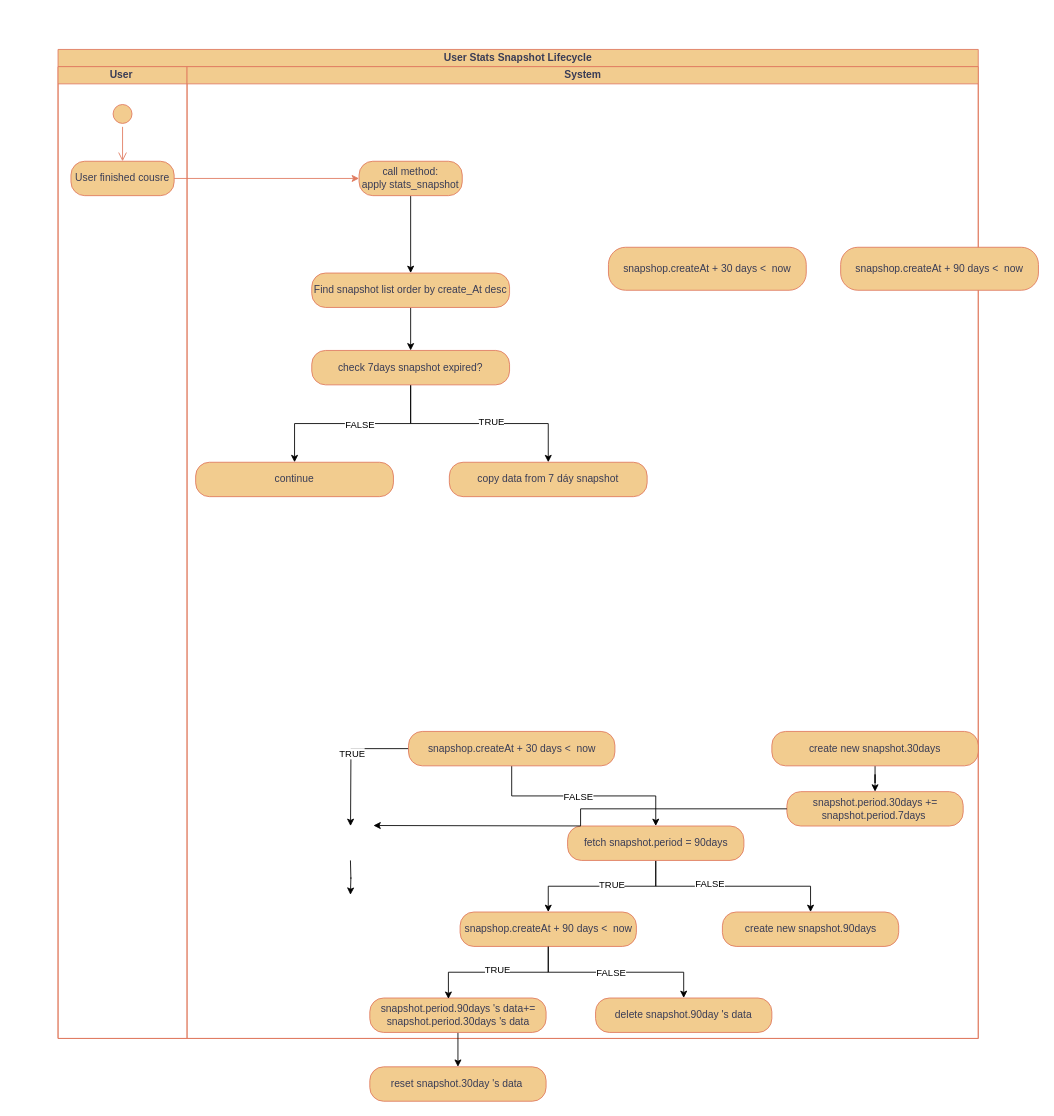
This is diagram/ActivityDiagram.drawio from NhatBunnn/Bunary-Backend, a draw.io file, before an edit. Source tidied: cells renumbered, new cells numbered last; positions are measured from the earlier drawing's top-left corner, leaving out a move shared by most shapes. Both pictures are drawn from the tidied source at 86%, with x=0, y=0 at pixel (58, 49).
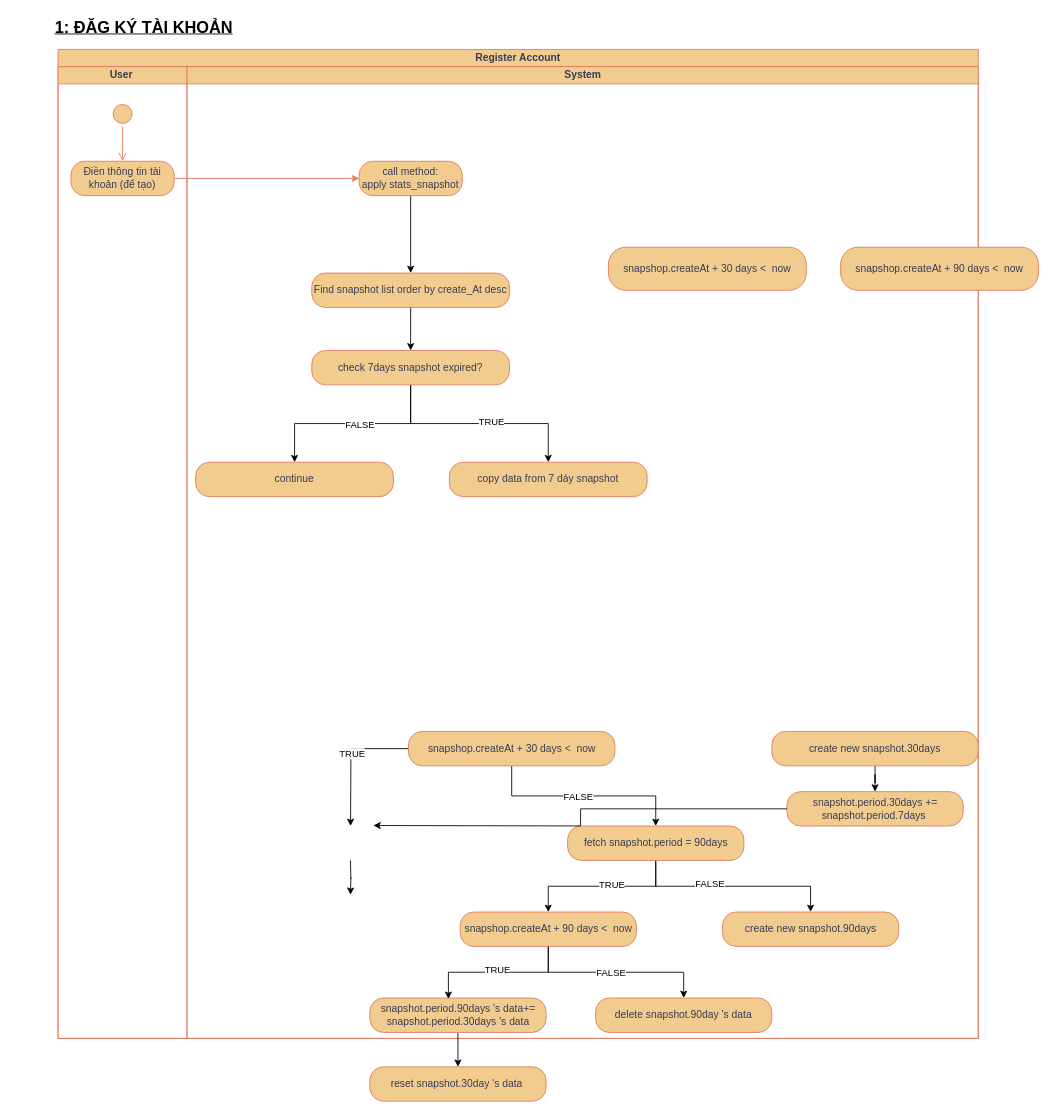
Above is the later version.

Unchanged cells that the change refers to:
```xml
<mxCell id="3" value="User&amp;nbsp;" style="swimlane;html=1;startSize=20;labelBackgroundColor=none;fillColor=#F2CC8F;strokeColor=#E07A5F;fontColor=#393C56;" parent="2" vertex="1">
  <mxGeometry y="20" width="150" height="1130" as="geometry" />
</mxCell>
```

Change to the diagram source:
```diff
@@
-    <mxCell id="2" value="User Stats Snapshot Lifecycle" style="swimlane;html=1;startSize=20;whiteSpace=wrap;labelBackgroundColor=none;fillColor=#F2CC8F;strokeColor=#E07A5F;fontColor=#393C56;" parent="1" vertex="1">
+    <mxCell id="2" value="Register Account" style="swimlane;html=1;startSize=20;whiteSpace=wrap;labelBackgroundColor=none;fillColor=#F2CC8F;strokeColor=#E07A5F;fontColor=#393C56;" parent="1" vertex="1">
       <mxGeometry width="1070" height="1150" as="geometry" />
     </mxCell>
@@
-    <mxCell id="6" value="User finished cousre" style="rounded=1;whiteSpace=wrap;html=1;arcSize=40;labelBackgroundColor=none;fillColor=#F2CC8F;strokeColor=#E07A5F;fontColor=#393C56;" parent="3" vertex="1">
+    <mxCell id="6" value="Điền thông tin tài khoản (để tạo)" style="rounded=1;whiteSpace=wrap;html=1;arcSize=40;labelBackgroundColor=none;fillColor=#F2CC8F;strokeColor=#E07A5F;fontColor=#393C56;" parent="3" vertex="1">
       <mxGeometry x="15" y="110" width="120" height="40" as="geometry" />
     </mxCell>
@@
+    <mxCell id="47" value="&lt;span style=&quot;background-color: light-dark(#ffffff, var(--ge-dark-color, #121212));&quot;&gt;&lt;font style=&quot;color: light-dark(rgb(0, 0, 0), rgb(204, 0, 0)); font-size: 19px;&quot;&gt;&lt;u style=&quot;&quot;&gt;&lt;b style=&quot;&quot;&gt;1: ĐĂG KÝ TÀI KHOẢN&lt;/b&gt;&lt;/u&gt;&lt;/font&gt;&lt;/span&gt;" style="text;html=1;whiteSpace=wrap;strokeColor=none;fillColor=none;align=center;verticalAlign=middle;rounded=0;" parent="1" vertex="1">
+      <mxGeometry x="-50" y="-40" width="300" height="30" as="geometry" />
+    </mxCell>
```
